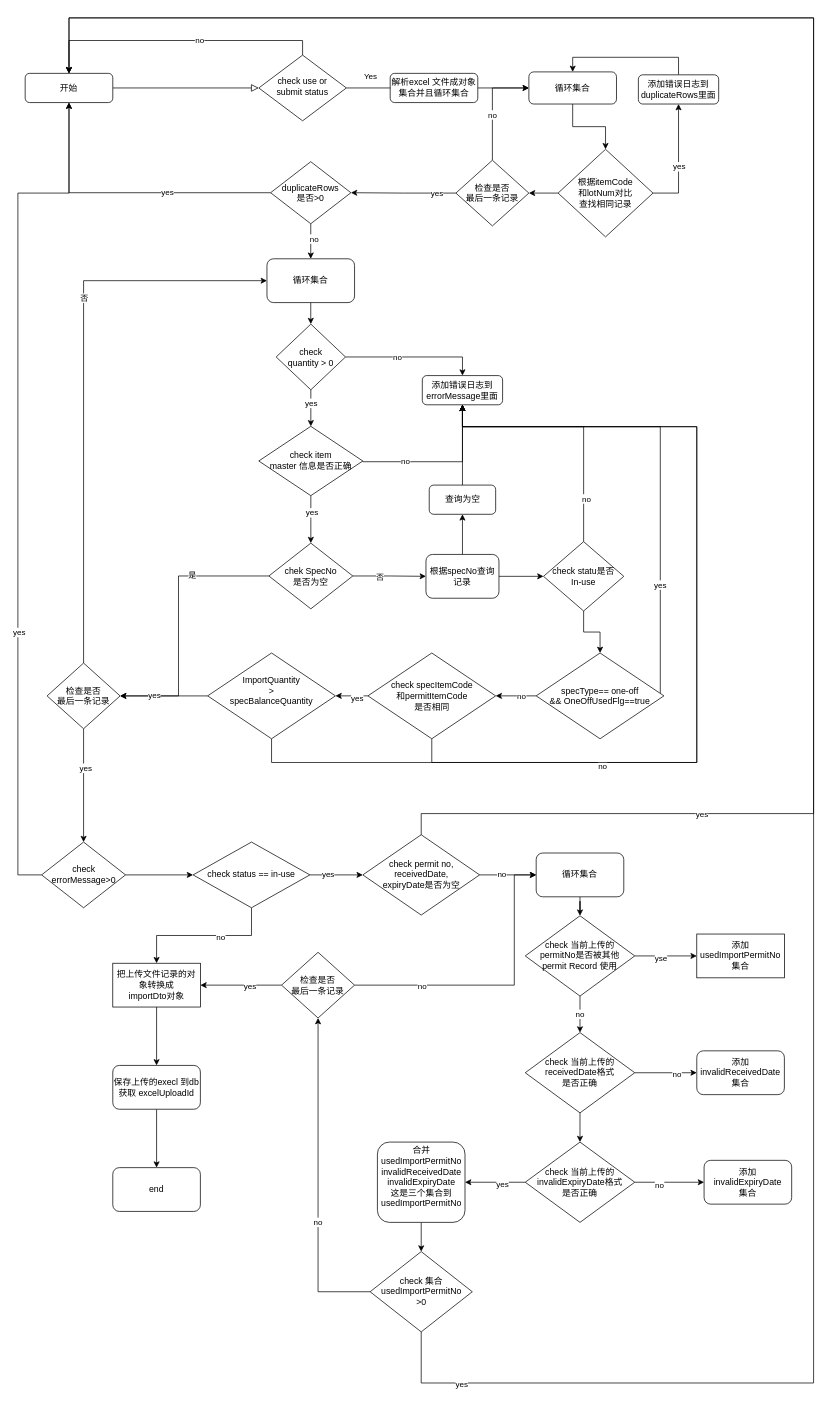
This is permit-edit.drawio from 1119132473/doc, a draw.io file, before an edit. Source tidied: cells renumbered, new cells numbered last; positions are measured from the earlier drawing's top-left corner, leaving out a move shared by most shapes. Both pictures are drawn from the tidied source at 73%, with x=0, y=0 at pixel (18, 18).
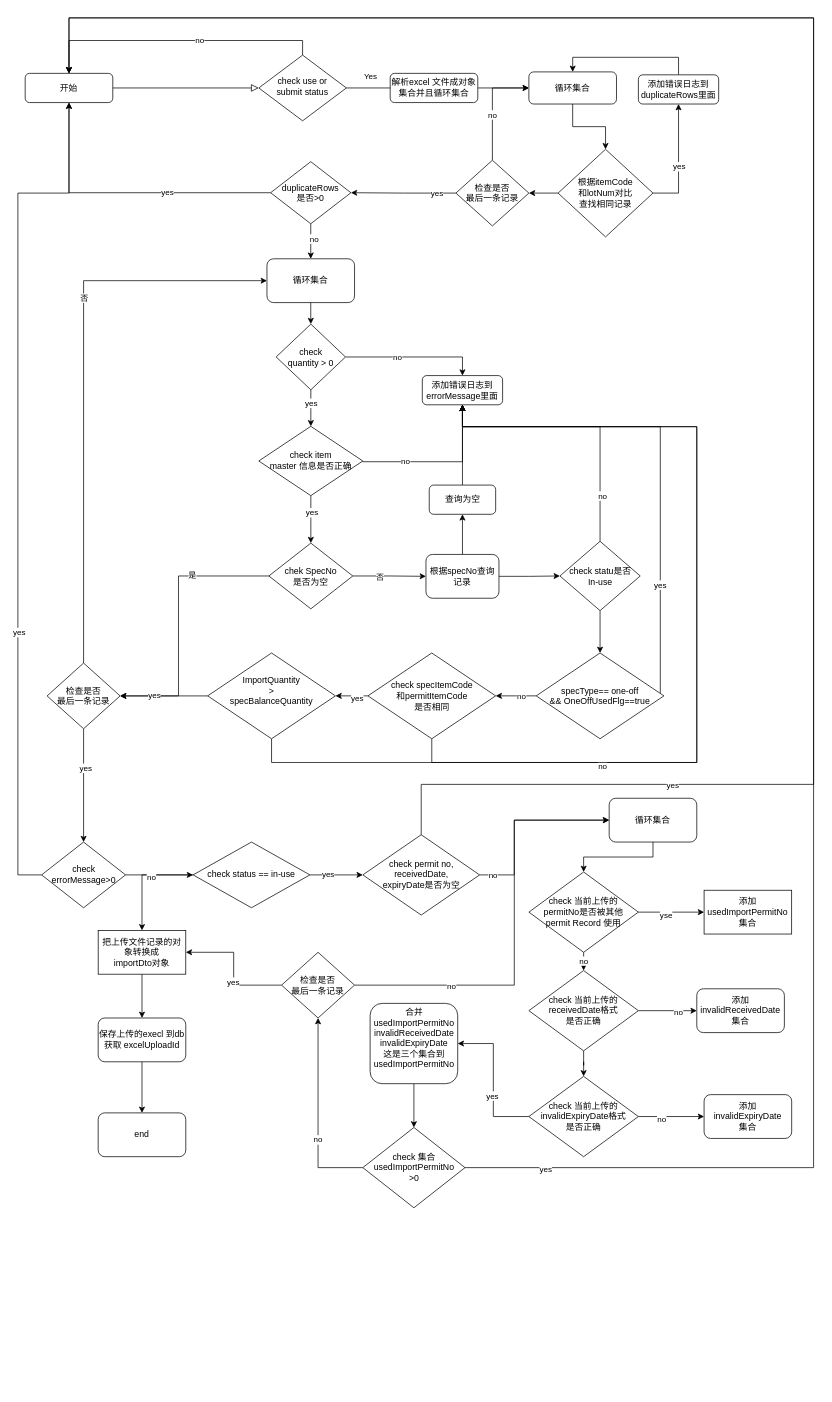
The same diagram, later.

Unchanged cells that the change refers to:
```xml
<mxCell id="3" value="开始" style="rounded=1;whiteSpace=wrap;html=1;fontSize=12;glass=0;strokeWidth=1;shadow=0;" parent="1" vertex="1">
  <mxGeometry x="10" y="76" width="120" height="40" as="geometry" />
</mxCell>
<mxCell id="38" value="添加错误日志到errorMessage里面" style="rounded=1;whiteSpace=wrap;html=1;" parent="1" vertex="1">
  <mxGeometry x="554" y="490" width="110" height="40" as="geometry" />
</mxCell>
<mxCell id="89" value="&lt;div&gt;check permit no,&lt;/div&gt;&lt;div&gt;receivedDate,&lt;/div&gt;&lt;div&gt;expiryDate是否为空&lt;br&gt; &lt;/div&gt;" style="rhombus;whiteSpace=wrap;html=1;" parent="1" vertex="1">
  <mxGeometry x="472.5" y="1119" width="160" height="110" as="geometry" />
</mxCell>
<mxCell id="112" value="&lt;div&gt;检查是否&lt;/div&gt;&lt;div&gt;最后一条记录&lt;br&gt;&lt;/div&gt;" style="rhombus;whiteSpace=wrap;html=1;" parent="1" vertex="1">
  <mxGeometry x="361.2" y="1280" width="100" height="90" as="geometry" />
</mxCell>
```

The edit, as a diff of the source:
```diff
@@
-    <mxCell id="49" style="edgeStyle=orthogonalEdgeStyle;rounded=0;jettySize=auto;html=1;entryX=0.5;entryY=1;entryDx=0;entryDy=0;" parent="1" edge="1" source="52" target="38">
+    <mxCell id="49" style="edgeStyle=orthogonalEdgeStyle;rounded=0;jettySize=auto;html=1;entryX=0.5;entryY=1;entryDx=0;entryDy=0;exitX=0.5;exitY=0;exitDx=0;exitDy=0;" parent="1" edge="1" source="52" target="38">
       <mxGeometry relative="1" as="geometry">
         <Array as="points">
-          <mxPoint x="775" y="560" />
+          <mxPoint x="798" y="560" />
           <mxPoint x="609" y="560" />
         </Array>
       </mxGeometry>
     </mxCell>
@@
     <mxCell id="52" value="&lt;div&gt;check statu是否&lt;/div&gt;&lt;div&gt;In-use&lt;br&gt;&lt;/div&gt;" style="rhombus;whiteSpace=wrap;html=1;" parent="1" vertex="1">
-      <mxGeometry x="720" y="717.5" width="110" height="95" as="geometry" />
+      <mxGeometry x="742.5" y="717" width="110" height="95" as="geometry" />
     </mxCell>
@@
     <mxCell id="84" value="&lt;div&gt;把上传文件记录的对象转换成&lt;/div&gt;&lt;div&gt;importDto对象&lt;br&gt;&lt;/div&gt;" style="whiteSpace=wrap;html=1;" parent="1" vertex="1">
-      <mxGeometry x="130" y="1295" width="120" height="60" as="geometry" />
+      <mxGeometry x="110" y="1250" width="120" height="60" as="geometry" />
     </mxCell>
-    <mxCell id="85" style="edgeStyle=orthogonalEdgeStyle;rounded=0;jettySize=auto;html=1;" parent="1" edge="1" source="89" target="91">
-      <mxGeometry relative="1" as="geometry" />
+    <mxCell id="85" style="edgeStyle=orthogonalEdgeStyle;rounded=0;jettySize=auto;html=1;entryX=0;entryY=0.5;entryDx=0;entryDy=0;" parent="1" edge="1" source="89" target="91">
+      <mxGeometry relative="1" as="geometry">
+        <Array as="points">
+          <mxPoint x="680" y="1174" />
+          <mxPoint x="680" y="1099" />
+        </Array>
+      </mxGeometry>
     </mxCell>
     <mxCell id="86" value="no" style="edgeLabel;html=1;align=center;verticalAlign=middle;" parent="85" vertex="1">
-      <mxGeometry x="-0.22" y="2" relative="1" as="geometry" />
+      <mxGeometry x="-0.22" y="2" relative="1" as="geometry">
+        <mxPoint x="-28" y="51" as="offset" />
+      </mxGeometry>
     </mxCell>
     <mxCell id="87" style="edgeStyle=orthogonalEdgeStyle;rounded=0;jettySize=auto;html=1;entryX=0.5;entryY=0;entryDx=0;entryDy=0;" parent="1" edge="1" source="89" target="3">
       <mxGeometry relative="1" as="geometry">
         <Array as="points">
-          <mxPoint x="553" y="1090" />
-          <mxPoint x="1090" y="1090" />
+          <mxPoint x="553" y="1050" />
+          <mxPoint x="1090" y="1050" />
           <mxPoint x="1090" />
           <mxPoint x="70" />
         </Array>
       </mxGeometry>
     </mxCell>
@@
     <mxCell id="91" value="循环集合" style="rounded=1;whiteSpace=wrap;html=1;" parent="1" vertex="1">
-      <mxGeometry x="710" y="1144" width="120" height="60" as="geometry" />
+      <mxGeometry x="810" y="1069" width="120" height="60" as="geometry" />
     </mxCell>
@@
     <mxCell id="95" value="&lt;div&gt;check 当前上传的&lt;/div&gt;&lt;div&gt;permitNo是否被其他&lt;/div&gt;&lt;div&gt;permit Record 使用&lt;br&gt;&lt;/div&gt;" style="rhombus;whiteSpace=wrap;html=1;" parent="1" vertex="1">
-      <mxGeometry x="695" y="1230" width="150" height="110" as="geometry" />
+      <mxGeometry x="700" y="1170" width="150" height="110" as="geometry" />
     </mxCell>
     <mxCell id="96" value="&lt;div&gt;添加usedImportPermitNo&lt;/div&gt;&lt;div&gt;集合&lt;br&gt;&lt;/div&gt;" style="whiteSpace=wrap;html=1;" parent="1" vertex="1">
-      <mxGeometry x="930" y="1255" width="120" height="60" as="geometry" />
+      <mxGeometry x="940" y="1195" width="120" height="60" as="geometry" />
     </mxCell>
@@
     <mxCell id="100" value="&lt;div&gt;check 当前上传的&lt;/div&gt;&lt;div&gt;receivedDate格式&lt;/div&gt;&lt;div&gt;是否正确&lt;br&gt;&lt;/div&gt;" style="rhombus;whiteSpace=wrap;html=1;" parent="1" vertex="1">
-      <mxGeometry x="695" y="1390" width="150" height="110" as="geometry" />
+      <mxGeometry x="700" y="1305" width="150" height="110" as="geometry" />
     </mxCell>
     <mxCell id="101" value="&lt;div&gt;添加&lt;/div&gt;&lt;div&gt;invalidReceivedDate&lt;/div&gt;&lt;div&gt;集合&lt;br&gt;&lt;/div&gt;" style="rounded=1;whiteSpace=wrap;html=1;" parent="1" vertex="1">
-      <mxGeometry x="930" y="1415" width="120" height="60" as="geometry" />
+      <mxGeometry x="930" y="1330" width="120" height="60" as="geometry" />
     </mxCell>
@@
     <mxCell id="106" value="&lt;div&gt;check 当前上传的&lt;/div&gt;&lt;div&gt;invalidExpiryDate格式&lt;/div&gt;&lt;div&gt;是否正确&lt;br&gt;&lt;/div&gt;" style="rhombus;whiteSpace=wrap;html=1;" parent="1" vertex="1">
-      <mxGeometry x="695" y="1540" width="150" height="110" as="geometry" />
+      <mxGeometry x="700" y="1450" width="150" height="110" as="geometry" />
     </mxCell>
     <mxCell id="107" value="&lt;div&gt;添加&lt;/div&gt;&lt;div&gt;invalidExpiryDate&lt;/div&gt;&lt;div&gt;集合&lt;br&gt;&lt;/div&gt;" style="rounded=1;whiteSpace=wrap;html=1;" parent="1" vertex="1">
-      <mxGeometry x="940" y="1565" width="120" height="60" as="geometry" />
+      <mxGeometry x="940" y="1475" width="120" height="60" as="geometry" />
     </mxCell>
     <mxCell id="108" style="edgeStyle=orthogonalEdgeStyle;rounded=0;jettySize=auto;html=1;entryX=0;entryY=0.5;entryDx=0;entryDy=0;" parent="1" edge="1" source="112" target="91">
       <mxGeometry relative="1" as="geometry">
         <Array as="points">
           <mxPoint x="680" y="1325" />
-          <mxPoint x="680" y="1174" />
+          <mxPoint x="680" y="1099" />
         </Array>
       </mxGeometry>
     </mxCell>
@@
     <mxCell id="114" value="&lt;div&gt;合并usedImportPermitNo&lt;/div&gt;&lt;div&gt;invalidReceivedDate&lt;/div&gt;&lt;div&gt;invalidExpiryDate&lt;/div&gt;&lt;div&gt;这是三个集合到&lt;/div&gt;&lt;div&gt;usedImportPermitNo&lt;/div&gt;&lt;div&gt;&lt;br&gt;&lt;/div&gt;" style="rounded=1;whiteSpace=wrap;html=1;" parent="1" vertex="1">
-      <mxGeometry x="492.5" y="1540" width="120" height="110" as="geometry" />
+      <mxGeometry x="482.5" y="1350" width="120" height="110" as="geometry" />
     </mxCell>
@@
-    <mxCell id="117" style="edgeStyle=orthogonalEdgeStyle;rounded=0;jettySize=auto;html=1;entryX=0.5;entryY=0;entryDx=0;entryDy=0;" parent="1" edge="1" source="119" target="3">
+    <mxCell id="117" style="edgeStyle=orthogonalEdgeStyle;rounded=0;jettySize=auto;html=1;entryX=0.5;entryY=0;entryDx=0;entryDy=0;exitX=1;exitY=0.5;exitDx=0;exitDy=0;" parent="1" edge="1" source="119" target="3">
       <mxGeometry relative="1" as="geometry">
         <Array as="points">
-          <mxPoint x="553" y="1870" />
-          <mxPoint x="1090" y="1870" />
+          <mxPoint x="1090" y="1575" />
           <mxPoint x="1090" />
           <mxPoint x="70" />
         </Array>
       </mxGeometry>
     </mxCell>
@@
     <mxCell id="119" value="&lt;div&gt;check 集合&lt;/div&gt;&lt;div&gt;usedImportPermitNo&lt;/div&gt;&lt;div&gt;&amp;gt;0&lt;br&gt;&lt;/div&gt;" style="rhombus;whiteSpace=wrap;html=1;" parent="1" vertex="1">
-      <mxGeometry x="482.5" y="1690" width="140" height="110" as="geometry" />
+      <mxGeometry x="472.5" y="1520" width="140" height="110" as="geometry" />
     </mxCell>
@@
     <mxCell id="121" value="&lt;div&gt;保存上传的execl 到db&lt;/div&gt;&lt;div&gt;获取 excelUploadId&lt;br&gt;&lt;/div&gt;" style="rounded=1;whiteSpace=wrap;html=1;" parent="1" vertex="1">
-      <mxGeometry x="130" y="1435" width="120" height="60" as="geometry" />
+      <mxGeometry x="110" y="1370" width="120" height="60" as="geometry" />
     </mxCell>
     <mxCell id="122" value="end" style="rounded=1;whiteSpace=wrap;html=1;" parent="1" vertex="1">
-      <mxGeometry x="130" y="1575" width="120" height="60" as="geometry" />
+      <mxGeometry x="110" y="1500" width="120" height="60" as="geometry" />
     </mxCell>
```
